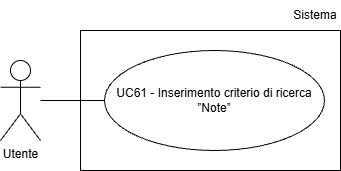
The draw.io diagram assets/Use_Case_Diagrams/UC61.png in Team-Three-Technologies/Documenti, before a commit. Source tidied: cells renumbered, new cells last; positions are measured from the earlier drawing's top-left corner, leaving out a move shared by most shapes. The source it was exported from:
```xml
<mxGraphModel>
  <root>
    <mxCell id="0" />
    <mxCell id="1" parent="0" />
    <mxCell id="2" value="Utente" style="shape=umlActor;verticalLabelPosition=bottom;verticalAlign=top;html=1;outlineConnect=0;" parent="1" vertex="1">
      <mxGeometry y="60" width="40" height="80" as="geometry" />
    </mxCell>
    <mxCell id="3" value="UC61 - Inserimento criterio di ricerca ”Note”" style="ellipse;whiteSpace=wrap;html=1;align=center;" parent="1" vertex="1">
      <mxGeometry x="104" y="50" width="220" height="100" as="geometry" />
    </mxCell>
    <mxCell id="4" style="endArrow=none;html=1;rounded=0;entryX=0;entryY=0.5;entryDx=0;entryDy=0;" parent="1" edge="1" target="3">
      <mxGeometry relative="1" as="geometry">
        <mxPoint x="40" y="100" as="sourcePoint" />
      </mxGeometry>
    </mxCell>
    <mxCell id="5" style="rounded=0;whiteSpace=wrap;html=1;fillColor=none;" parent="1" vertex="1">
      <mxGeometry x="80" y="30" width="260" height="140" as="geometry" />
    </mxCell>
    <mxCell id="6" value="Sistema" style="text;html=1;whiteSpace=wrap;strokeColor=none;fillColor=none;align=center;verticalAlign=middle;rounded=0;" parent="1" vertex="1">
      <mxGeometry x="290" width="50" height="30" as="geometry" />
    </mxCell>
  </root>
</mxGraphModel>
```
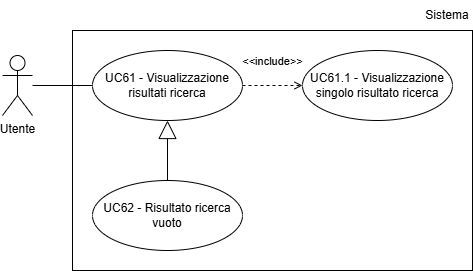
After the change.

What changed in the source:
```diff
@@ -2,22 +2,34 @@
   <root>
     <mxCell id="0" />
     <mxCell id="1" parent="0" />
+    <mxCell id="7" value="UC61 - Visualizzazione risultati ricerca" style="ellipse;whiteSpace=wrap;html=1;" parent="1" vertex="1">
+      <mxGeometry x="180" y="50" width="150" height="70" as="geometry" />
+    </mxCell>
     <mxCell id="2" value="Utente" style="shape=umlActor;verticalLabelPosition=bottom;verticalAlign=top;html=1;outlineConnect=0;" parent="1" vertex="1">
-      <mxGeometry y="60" width="40" height="80" as="geometry" />
+      <mxGeometry x="90" y="55" width="30" height="60" as="geometry" />
     </mxCell>
-    <mxCell id="3" value="UC61 - Inserimento criterio di ricerca ”Note”" style="ellipse;whiteSpace=wrap;html=1;align=center;" parent="1" vertex="1">
-      <mxGeometry x="104" y="50" width="220" height="100" as="geometry" />
-    </mxCell>
-    <mxCell id="4" style="endArrow=none;html=1;rounded=0;entryX=0;entryY=0.5;entryDx=0;entryDy=0;" parent="1" edge="1" target="3">
-      <mxGeometry relative="1" as="geometry">
-        <mxPoint x="40" y="100" as="sourcePoint" />
-      </mxGeometry>
-    </mxCell>
-    <mxCell id="5" style="rounded=0;whiteSpace=wrap;html=1;fillColor=none;" parent="1" vertex="1">
-      <mxGeometry x="80" y="30" width="260" height="140" as="geometry" />
-    </mxCell>
+    <mxCell id="8" style="endArrow=none;html=1;rounded=0;entryX=0;entryY=0.5;entryDx=0;entryDy=0;" parent="1" edge="1" source="2">
+      <mxGeometry relative="1" as="geometry">
+        <mxPoint x="180" y="85" as="targetPoint" />
+      </mxGeometry>
+    </mxCell>
+    <mxCell id="9" value="UC61.1 - Visualizzazione singolo risultato ricerca" style="ellipse;whiteSpace=wrap;html=1;" parent="1" vertex="1">
+      <mxGeometry x="390" y="50" width="150" height="70" as="geometry" />
+    </mxCell>
+    <mxCell id="10" value="&amp;lt;&amp;lt;include&amp;gt;&amp;gt;" style="html=1;verticalAlign=bottom;labelBackgroundColor=none;endArrow=open;endFill=0;dashed=1;rounded=0;exitX=1;exitY=0.5;exitDx=0;exitDy=0;entryX=0;entryY=0.5;entryDx=0;entryDy=0;" parent="1" edge="1" source="7" target="9">
+      <mxGeometry y="15" relative="1" as="geometry" />
+    </mxCell>
+    <mxCell id="11" style="rounded=0;whiteSpace=wrap;html=1;fillColor=none;" parent="1" vertex="1">
+      <mxGeometry x="160" y="30" width="400" height="240" as="geometry" />
+    </mxCell>
     <mxCell id="6" value="Sistema" style="text;html=1;whiteSpace=wrap;strokeColor=none;fillColor=none;align=center;verticalAlign=middle;rounded=0;" parent="1" vertex="1">
-      <mxGeometry x="290" width="50" height="30" as="geometry" />
+      <mxGeometry x="510" width="50" height="30" as="geometry" />
     </mxCell>
+    <mxCell id="12" value="UC62 - Risultato ricerca vuoto" style="ellipse;whiteSpace=wrap;html=1;" parent="1" vertex="1">
+      <mxGeometry x="180" y="180" width="150" height="70" as="geometry" />
+    </mxCell>
+    <mxCell id="13" style="endArrow=block;endSize=16;endFill=0;html=1;rounded=0;entryX=0.5;entryY=1;entryDx=0;entryDy=0;exitX=0.5;exitY=0;exitDx=0;exitDy=0;" parent="1" edge="1" source="12" target="7">
+      <mxGeometry relative="1" as="geometry" />
+    </mxCell>
   </root>
 </mxGraphModel>
```
